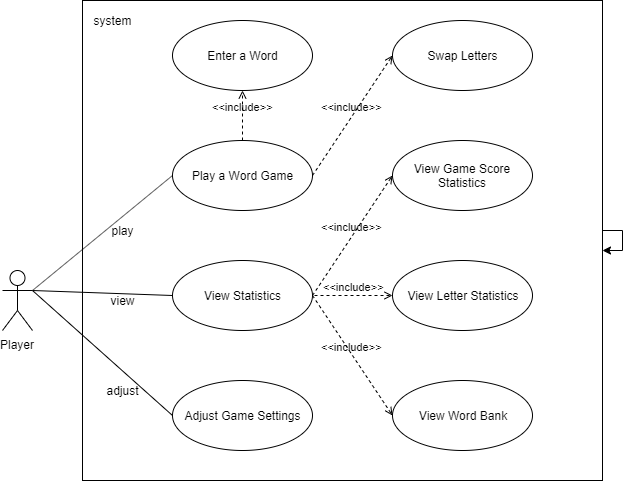
Earlier version of the draw.io export GroupProject/Docs/images/usecase.png (benipedia1994/WordWizardProject). Source tidied: cells renumbered, new cells last; positions are measured from the earlier drawing's top-left corner, leaving out a move shared by most shapes.
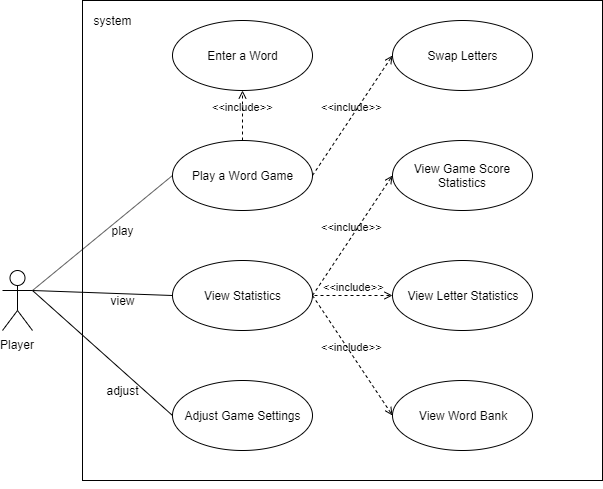
Above is the later version.

Diff of the diagram source:
```diff
@@ -75,8 +75,5 @@
     <mxCell id="24" style="edgeStyle=orthogonalEdgeStyle;rounded=0;orthogonalLoop=1;jettySize=auto;html=1;exitX=0.5;exitY=1;exitDx=0;exitDy=0;" parent="1" edge="1" source="2" target="2">
       <mxGeometry relative="1" as="geometry" />
     </mxCell>
-    <mxCell id="25" style="edgeStyle=orthogonalEdgeStyle;rounded=0;orthogonalLoop=1;jettySize=auto;html=1;" parent="1" edge="1" source="2" target="2">
-      <mxGeometry relative="1" as="geometry" />
-    </mxCell>
   </root>
 </mxGraphModel>
```
